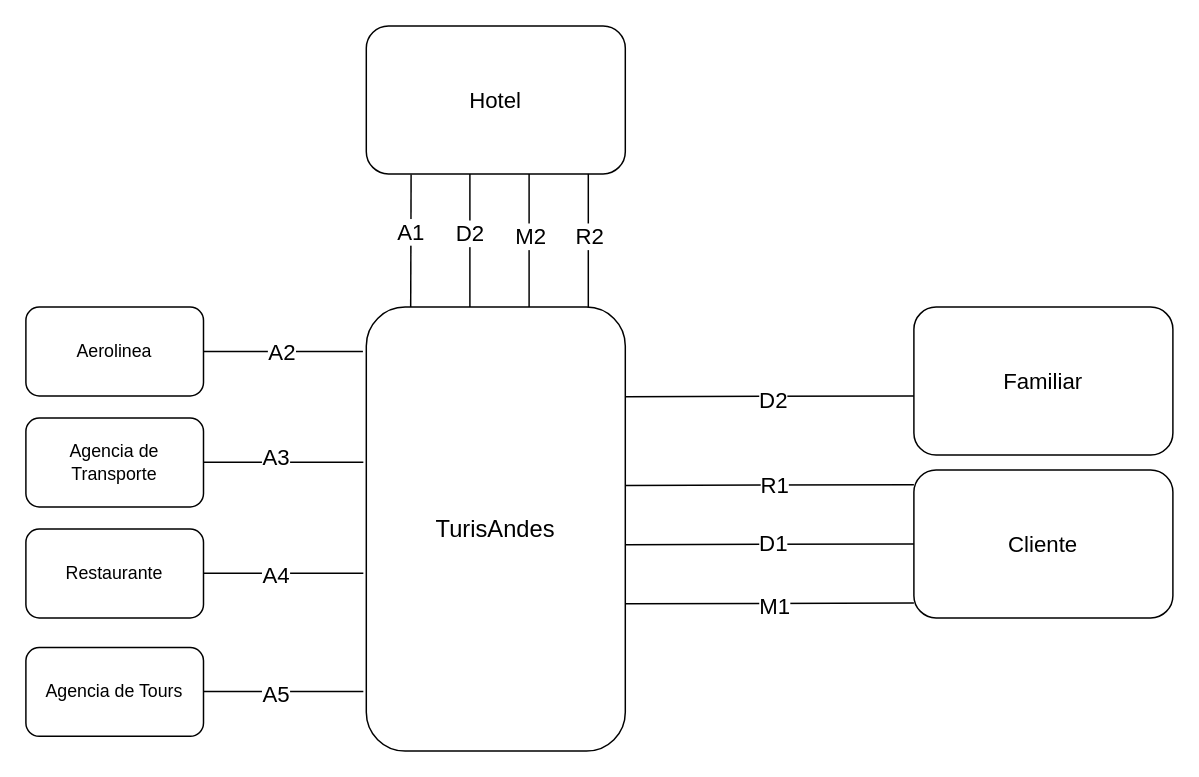
The draw.io diagram parcial2/Taller1.drawio in David-Fuq/Parcial2_SW, before the edit. Source tidied: cells renumbered, new cells numbered last; positions are measured from the earlier drawing's top-left corner, leaving out a move shared by most shapes. Both pictures are drawn from the tidied source at 148%, with x=0, y=0 at pixel (25, 25).
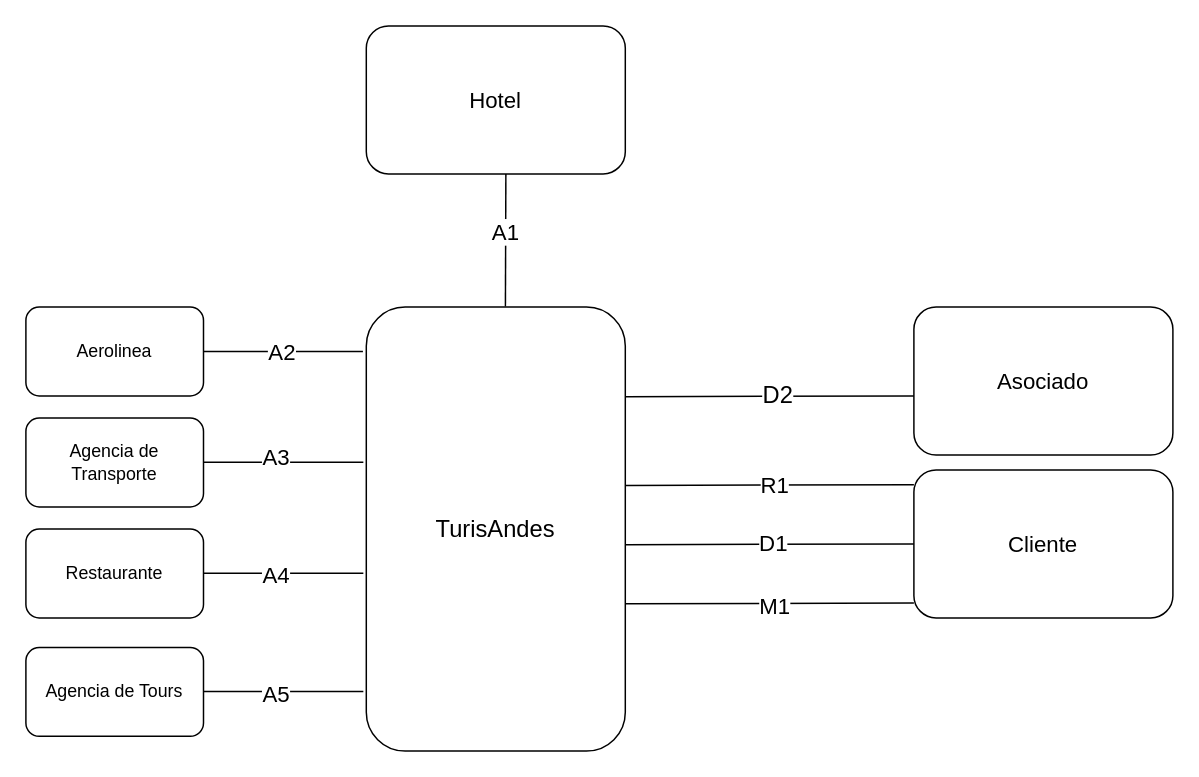
Above is the later version.

The change refers to these unchanged cells:
```xml
<mxCell id="9" style="endArrow=none;html=1;rounded=0;exitX=0.977;exitY=0.957;exitDx=0;exitDy=0;exitPerimeter=0;startSize=1;targetPerimeterSpacing=0;entryX=0;entryY=0.5;entryDx=0;entryDy=0;" parent="1" edge="1">
  <mxGeometry relative="1" as="geometry">
    <mxPoint x="405" y="250.5" as="sourcePoint" />
    <mxPoint x="600" y="250" as="targetPoint" />
  </mxGeometry>
</mxCell>
<mxCell id="11" value="&lt;font style=&quot;font-size: 15px;&quot;&gt;Hotel&lt;/font&gt;" style="rounded=1;whiteSpace=wrap;html=1;" parent="1" vertex="1">
  <mxGeometry x="230" width="175" height="100" as="geometry" />
</mxCell>
```

Diff of the diagram source:
```diff
@@
-    <mxCell id="8" value="&lt;font style=&quot;font-size: 15px;&quot;&gt;Familiar&lt;/font&gt;" style="rounded=1;whiteSpace=wrap;html=1;" parent="1" vertex="1">
+    <mxCell id="8" value="&lt;font style=&quot;font-size: 15px;&quot;&gt;Asociado&lt;/font&gt;" style="rounded=1;whiteSpace=wrap;html=1;" parent="1" vertex="1">
       <mxGeometry x="600" y="190" width="175" height="100" as="geometry" />
     </mxCell>
@@
-    <mxCell id="10" value="D2" style="edgeLabel;html=1;align=center;verticalAlign=middle;fontSize=15;" parent="9" vertex="1">
-      <mxGeometry x="0.02" y="-2" relative="1" as="geometry" />
-    </mxCell>
+    <mxCell id="34" value="D2" style="edgeLabel;html=1;align=center;verticalAlign=middle;fontSize=16;" parent="9" vertex="1">
+      <mxGeometry x="0.06" y="2" relative="1" as="geometry" />
+    </mxCell>
@@
-    <mxCell id="12" style="endArrow=none;html=1;rounded=0;entryX=0.173;entryY=1.004;entryDx=0;entryDy=0;entryPerimeter=0;" parent="1" edge="1" target="11">
+    <mxCell id="12" style="endArrow=none;html=1;rounded=0;entryX=0.173;entryY=1.004;entryDx=0;entryDy=0;entryPerimeter=0;" parent="1" edge="1">
       <mxGeometry relative="1" as="geometry">
-        <mxPoint x="260" y="190" as="sourcePoint" />
+        <mxPoint x="324" y="189.6" as="sourcePoint" />
+        <mxPoint x="324.3" y="100" as="targetPoint" />
       </mxGeometry>
     </mxCell>
@@
-    <mxCell id="14" style="endArrow=none;html=1;rounded=0;entryX=0.173;entryY=1.004;entryDx=0;entryDy=0;entryPerimeter=0;" parent="1" edge="1">
-      <mxGeometry relative="1" as="geometry">
-        <mxPoint x="300" y="190" as="sourcePoint" />
-        <mxPoint x="300" y="100" as="targetPoint" />
-      </mxGeometry>
-    </mxCell>
-    <mxCell id="15" value="D2" style="edgeLabel;html=1;align=center;verticalAlign=middle;fontSize=15;" parent="14" vertex="1">
-      <mxGeometry x="0.13" y="1" relative="1" as="geometry" />
-    </mxCell>
-    <mxCell id="16" style="endArrow=none;html=1;rounded=0;entryX=0.173;entryY=1.004;entryDx=0;entryDy=0;entryPerimeter=0;" parent="1" edge="1">
-      <mxGeometry relative="1" as="geometry">
-        <mxPoint x="340" y="190" as="sourcePoint" />
-        <mxPoint x="340" y="100" as="targetPoint" />
-      </mxGeometry>
-    </mxCell>
-    <mxCell id="17" value="&lt;font style=&quot;font-size: 15px;&quot;&gt;M2&lt;br&gt;&lt;/font&gt;" style="edgeLabel;html=1;align=center;verticalAlign=middle;" parent="16" vertex="1">
-      <mxGeometry x="0.09" relative="1" as="geometry" />
-    </mxCell>
-    <mxCell id="18" style="endArrow=none;html=1;rounded=0;entryX=0.173;entryY=1.004;entryDx=0;entryDy=0;entryPerimeter=0;" parent="1" edge="1">
-      <mxGeometry relative="1" as="geometry">
-        <mxPoint x="380" y="190" as="sourcePoint" />
-        <mxPoint x="380" y="100" as="targetPoint" />
-      </mxGeometry>
-    </mxCell>
-    <mxCell id="19" value="&lt;font style=&quot;font-size: 15px;&quot;&gt;R2&lt;/font&gt;" style="edgeLabel;html=1;align=center;verticalAlign=middle;" parent="18" vertex="1">
-      <mxGeometry x="0.09" relative="1" as="geometry" />
-    </mxCell>
```
